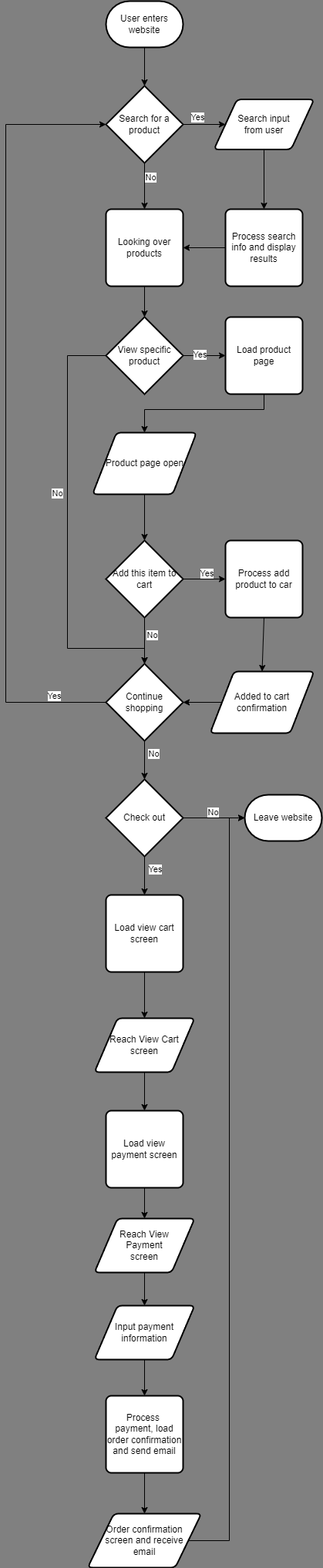
Before: explore/diagramming/diagram.drawio.png, a diagram exported from draw.io (P7chang-CodacyTest/sp24-cse110-lab4-CodacyTest). Source tidied: cells renumbered, new cells last; positions are measured from the earlier drawing's top-left corner, leaving out a move shared by most shapes.
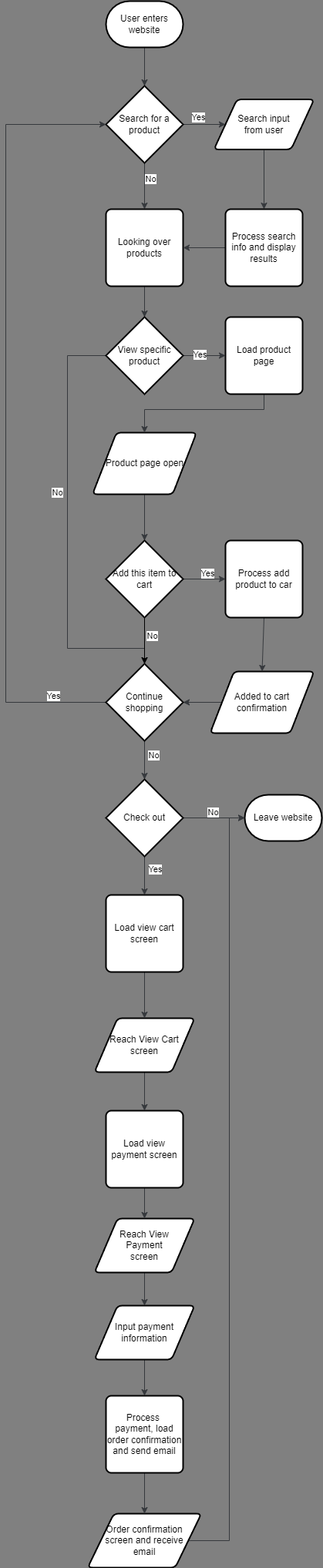
Above is the later version.

Change to the diagram source:
```diff
@@ -2,13 +2,13 @@
   <root>
     <mxCell id="0" />
     <mxCell id="1" parent="0" />
-    <mxCell id="2" style="edgeStyle=none;html=1;exitX=0.5;exitY=1;exitDx=0;exitDy=0;exitPerimeter=0;entryX=0.5;entryY=0;entryDx=0;entryDy=0;entryPerimeter=0;" parent="1" edge="1" source="3" target="8">
+    <mxCell id="2" style="edgeStyle=none;html=1;exitX=0.5;exitY=1;exitDx=0;exitDy=0;exitPerimeter=0;entryX=0.5;entryY=0;entryDx=0;entryDy=0;entryPerimeter=0;fillColor=#eeeeee;strokeColor=#36393d;" parent="1" edge="1" source="3" target="8">
       <mxGeometry relative="1" as="geometry" />
     </mxCell>
     <mxCell id="3" value="User enters website" style="strokeWidth=2;html=1;shape=mxgraph.flowchart.terminator;whiteSpace=wrap;" parent="1" vertex="1">
       <mxGeometry x="130" width="100" height="60" as="geometry" />
     </mxCell>
-    <mxCell id="4" style="edgeStyle=none;html=1;exitX=1;exitY=0.5;exitDx=0;exitDy=0;exitPerimeter=0;entryX=0;entryY=0.5;entryDx=0;entryDy=0;" parent="1" edge="1" source="8" target="10">
+    <mxCell id="4" style="edgeStyle=none;html=1;exitX=1;exitY=0.5;exitDx=0;exitDy=0;exitPerimeter=0;entryX=0;entryY=0.5;entryDx=0;entryDy=0;fillColor=#eeeeee;strokeColor=#36393d;" parent="1" edge="1" source="8" target="10">
       <mxGeometry relative="1" as="geometry" />
     </mxCell>
     <mxCell id="5" value="Yes" style="edgeLabel;html=1;align=center;verticalAlign=middle;" parent="4" vertex="1">
@@ -16,7 +16,7 @@
         <mxPoint x="-18" y="-14" as="offset" />
       </mxGeometry>
     </mxCell>
-    <mxCell id="6" style="edgeStyle=none;html=1;exitX=0.5;exitY=1;exitDx=0;exitDy=0;exitPerimeter=0;entryX=0.5;entryY=0;entryDx=0;entryDy=0;" parent="1" edge="1" source="8" target="12">
+    <mxCell id="6" style="edgeStyle=none;html=1;exitX=0.5;exitY=1;exitDx=0;exitDy=0;exitPerimeter=0;entryX=0.5;entryY=0;entryDx=0;entryDy=0;fillColor=#eeeeee;strokeColor=#36393d;" parent="1" edge="1" source="8" target="12">
       <mxGeometry relative="1" as="geometry" />
     </mxCell>
     <mxCell id="7" value="No" style="edgeLabel;html=1;align=center;verticalAlign=middle;" parent="6" vertex="1">
@@ -27,19 +27,19 @@
     <mxCell id="8" value="Search for a product" style="strokeWidth=2;html=1;shape=mxgraph.flowchart.decision;whiteSpace=wrap;" parent="1" vertex="1">
       <mxGeometry x="130" y="110" width="100" height="100" as="geometry" />
     </mxCell>
-    <mxCell id="9" style="edgeStyle=none;rounded=0;html=1;exitX=0.5;exitY=1;exitDx=0;exitDy=0;entryX=0.5;entryY=0;entryDx=0;entryDy=0;" parent="1" edge="1" source="10" target="47">
+    <mxCell id="9" style="edgeStyle=none;rounded=0;html=1;exitX=0.5;exitY=1;exitDx=0;exitDy=0;entryX=0.5;entryY=0;entryDx=0;entryDy=0;fillColor=#eeeeee;strokeColor=#36393d;" parent="1" edge="1" source="10" target="47">
       <mxGeometry relative="1" as="geometry" />
     </mxCell>
     <mxCell id="10" value="Search input&lt;br&gt;from user" style="shape=parallelogram;html=1;strokeWidth=2;perimeter=parallelogramPerimeter;whiteSpace=wrap;rounded=1;arcSize=12;size=0.23;" parent="1" vertex="1">
       <mxGeometry x="270" y="127.5" width="130" height="65" as="geometry" />
     </mxCell>
-    <mxCell id="11" style="edgeStyle=none;rounded=0;html=1;exitX=0.5;exitY=1;exitDx=0;exitDy=0;entryX=0.5;entryY=0;entryDx=0;entryDy=0;entryPerimeter=0;" parent="1" edge="1" source="12" target="17">
+    <mxCell id="11" style="edgeStyle=none;rounded=0;html=1;exitX=0.5;exitY=1;exitDx=0;exitDy=0;entryX=0.5;entryY=0;entryDx=0;entryDy=0;entryPerimeter=0;fillColor=#eeeeee;strokeColor=#36393d;" parent="1" edge="1" source="12" target="17">
       <mxGeometry relative="1" as="geometry" />
     </mxCell>
     <mxCell id="12" value="Looking over products" style="rounded=1;whiteSpace=wrap;html=1;absoluteArcSize=1;arcSize=14;strokeWidth=2;" parent="1" vertex="1">
       <mxGeometry x="130" y="270" width="100" height="100" as="geometry" />
     </mxCell>
-    <mxCell id="13" style="edgeStyle=none;rounded=0;html=1;entryX=0;entryY=0.5;entryDx=0;entryDy=0;exitX=1;exitY=0.5;exitDx=0;exitDy=0;exitPerimeter=0;" parent="1" edge="1" source="17" target="49">
+    <mxCell id="13" style="edgeStyle=none;rounded=0;html=1;entryX=0;entryY=0.5;entryDx=0;entryDy=0;exitX=1;exitY=0.5;exitDx=0;exitDy=0;exitPerimeter=0;fillColor=#eeeeee;strokeColor=#36393d;" parent="1" edge="1" source="17" target="49">
       <mxGeometry relative="1" as="geometry" />
     </mxCell>
     <mxCell id="14" value="Yes" style="edgeLabel;html=1;align=center;verticalAlign=middle;" parent="13" vertex="1">
@@ -47,7 +47,7 @@
         <mxPoint x="8" as="offset" />
       </mxGeometry>
     </mxCell>
-    <mxCell id="15" style="edgeStyle=none;rounded=0;html=1;exitX=0;exitY=0.5;exitDx=0;exitDy=0;exitPerimeter=0;entryX=0.5;entryY=0;entryDx=0;entryDy=0;entryPerimeter=0;" parent="1" edge="1" source="17" target="31">
+    <mxCell id="15" style="edgeStyle=none;rounded=0;html=1;exitX=0;exitY=0.5;exitDx=0;exitDy=0;exitPerimeter=0;entryX=0.5;entryY=0;entryDx=0;entryDy=0;entryPerimeter=0;fillColor=#eeeeee;strokeColor=#36393d;" parent="1" edge="1" source="17" target="31">
       <mxGeometry relative="1" as="geometry">
         <Array as="points">
           <mxPoint x="80" y="460" />
@@ -64,10 +64,10 @@
     <mxCell id="17" value="View specific product" style="strokeWidth=2;html=1;shape=mxgraph.flowchart.decision;whiteSpace=wrap;" parent="1" vertex="1">
       <mxGeometry x="130" y="410" width="100" height="100" as="geometry" />
     </mxCell>
-    <mxCell id="18" style="edgeStyle=none;rounded=0;html=1;exitX=0.5;exitY=1;exitDx=0;exitDy=0;entryX=0.5;entryY=0;entryDx=0;entryDy=0;entryPerimeter=0;" parent="1" edge="1" source="24" target="23">
+    <mxCell id="18" style="edgeStyle=none;rounded=0;html=1;exitX=0.5;exitY=1;exitDx=0;exitDy=0;entryX=0.5;entryY=0;entryDx=0;entryDy=0;entryPerimeter=0;fillColor=#eeeeee;strokeColor=#36393d;" parent="1" edge="1" source="24" target="23">
       <mxGeometry relative="1" as="geometry" />
     </mxCell>
-    <mxCell id="19" style="edgeStyle=none;rounded=0;html=1;exitX=1;exitY=0.5;exitDx=0;exitDy=0;exitPerimeter=0;entryX=0;entryY=0.5;entryDx=0;entryDy=0;" parent="1" edge="1" source="23" target="51">
+    <mxCell id="19" style="edgeStyle=none;rounded=0;html=1;exitX=1;exitY=0.5;exitDx=0;exitDy=0;exitPerimeter=0;entryX=0;entryY=0.5;entryDx=0;entryDy=0;fillColor=#eeeeee;strokeColor=#36393d;" parent="1" edge="1" source="23" target="51">
       <mxGeometry relative="1" as="geometry" />
     </mxCell>
     <mxCell id="20" value="Yes" style="edgeLabel;html=1;align=center;verticalAlign=middle;" parent="19" vertex="1">
@@ -89,13 +89,13 @@
     <mxCell id="24" value="Product page open" style="shape=parallelogram;html=1;strokeWidth=2;perimeter=parallelogramPerimeter;whiteSpace=wrap;rounded=1;arcSize=12;size=0.23;" parent="1" vertex="1">
       <mxGeometry x="112.5" y="560" width="135" height="80" as="geometry" />
     </mxCell>
-    <mxCell id="25" style="edgeStyle=none;rounded=0;html=1;exitX=0;exitY=0.5;exitDx=0;exitDy=0;entryX=1;entryY=0.5;entryDx=0;entryDy=0;entryPerimeter=0;" parent="1" edge="1" source="26" target="31">
+    <mxCell id="25" style="edgeStyle=none;rounded=0;html=1;exitX=0;exitY=0.5;exitDx=0;exitDy=0;entryX=1;entryY=0.5;entryDx=0;entryDy=0;entryPerimeter=0;fillColor=#eeeeee;strokeColor=#36393d;" parent="1" edge="1" source="26" target="31">
       <mxGeometry relative="1" as="geometry" />
     </mxCell>
     <mxCell id="26" value="Added to cart confirmation" style="shape=parallelogram;html=1;strokeWidth=2;perimeter=parallelogramPerimeter;whiteSpace=wrap;rounded=1;arcSize=12;size=0.23;" parent="1" vertex="1">
       <mxGeometry x="265" y="870" width="135" height="80" as="geometry" />
     </mxCell>
-    <mxCell id="27" style="edgeStyle=none;rounded=0;html=1;exitX=0;exitY=0.5;exitDx=0;exitDy=0;exitPerimeter=0;entryX=0;entryY=0.5;entryDx=0;entryDy=0;entryPerimeter=0;" parent="1" edge="1" source="31" target="8">
+    <mxCell id="27" style="edgeStyle=none;rounded=0;html=1;exitX=0;exitY=0.5;exitDx=0;exitDy=0;exitPerimeter=0;entryX=0;entryY=0.5;entryDx=0;entryDy=0;entryPerimeter=0;fillColor=#eeeeee;strokeColor=#36393d;" parent="1" edge="1" source="31" target="8">
       <mxGeometry relative="1" as="geometry">
         <Array as="points">
           <mxPoint y="910" />
@@ -108,7 +108,7 @@
         <mxPoint x="8" y="-11" as="offset" />
       </mxGeometry>
     </mxCell>
-    <mxCell id="29" style="edgeStyle=none;rounded=0;html=1;exitX=0.5;exitY=1;exitDx=0;exitDy=0;exitPerimeter=0;entryX=0.5;entryY=0;entryDx=0;entryDy=0;entryPerimeter=0;" parent="1" edge="1" source="31" target="36">
+    <mxCell id="29" style="edgeStyle=none;rounded=0;html=1;exitX=0.5;exitY=1;exitDx=0;exitDy=0;exitPerimeter=0;entryX=0.5;entryY=0;entryDx=0;entryDy=0;entryPerimeter=0;fillColor=#eeeeee;strokeColor=#36393d;" parent="1" edge="1" source="31" target="36">
       <mxGeometry relative="1" as="geometry" />
     </mxCell>
     <mxCell id="30" value="No" style="edgeLabel;html=1;align=center;verticalAlign=middle;" parent="29" vertex="1">
@@ -119,7 +119,7 @@
     <mxCell id="31" value="Continue shopping" style="strokeWidth=2;html=1;shape=mxgraph.flowchart.decision;whiteSpace=wrap;" parent="1" vertex="1">
       <mxGeometry x="130" y="860" width="100" height="100" as="geometry" />
     </mxCell>
-    <mxCell id="32" style="edgeStyle=none;rounded=0;html=1;exitX=1;exitY=0.5;exitDx=0;exitDy=0;exitPerimeter=0;entryX=0;entryY=0.5;entryDx=0;entryDy=0;entryPerimeter=0;" parent="1" edge="1" source="36" target="37">
+    <mxCell id="32" style="edgeStyle=none;rounded=0;html=1;exitX=1;exitY=0.5;exitDx=0;exitDy=0;exitPerimeter=0;entryX=0;entryY=0.5;entryDx=0;entryDy=0;entryPerimeter=0;fillColor=#eeeeee;strokeColor=#36393d;" parent="1" edge="1" source="36" target="37">
       <mxGeometry relative="1" as="geometry" />
     </mxCell>
     <mxCell id="33" value="No" style="edgeLabel;html=1;align=center;verticalAlign=middle;" parent="32" vertex="1">
@@ -127,7 +127,7 @@
         <mxPoint x="13" y="-6" as="offset" />
       </mxGeometry>
     </mxCell>
-    <mxCell id="34" style="edgeStyle=none;rounded=0;html=1;exitX=0.5;exitY=1;exitDx=0;exitDy=0;exitPerimeter=0;entryX=0.5;entryY=0;entryDx=0;entryDy=0;" parent="1" edge="1" source="36" target="53">
+    <mxCell id="34" style="edgeStyle=none;rounded=0;html=1;exitX=0.5;exitY=1;exitDx=0;exitDy=0;exitPerimeter=0;entryX=0.5;entryY=0;entryDx=0;entryDy=0;fillColor=#eeeeee;strokeColor=#36393d;" parent="1" edge="1" source="36" target="53">
       <mxGeometry relative="1" as="geometry" />
     </mxCell>
     <mxCell id="35" value="Yes" style="edgeLabel;html=1;align=center;verticalAlign=middle;" parent="34" vertex="1">
@@ -141,25 +141,25 @@
     <mxCell id="37" value="Leave website" style="strokeWidth=2;html=1;shape=mxgraph.flowchart.terminator;whiteSpace=wrap;" parent="1" vertex="1">
       <mxGeometry x="310" y="1030" width="100" height="60" as="geometry" />
     </mxCell>
-    <mxCell id="38" style="edgeStyle=none;rounded=0;html=1;exitX=0.5;exitY=1;exitDx=0;exitDy=0;entryX=0.5;entryY=0;entryDx=0;entryDy=0;" parent="1" edge="1" source="39" target="55">
+    <mxCell id="38" style="edgeStyle=none;rounded=0;html=1;exitX=0.5;exitY=1;exitDx=0;exitDy=0;entryX=0.5;entryY=0;entryDx=0;entryDy=0;fillColor=#eeeeee;strokeColor=#36393d;" parent="1" edge="1" source="39" target="55">
       <mxGeometry relative="1" as="geometry" />
     </mxCell>
     <mxCell id="39" value="Reach View Cart screen" style="shape=parallelogram;html=1;strokeWidth=2;perimeter=parallelogramPerimeter;whiteSpace=wrap;rounded=1;arcSize=12;size=0.23;" parent="1" vertex="1">
       <mxGeometry x="115" y="1320" width="130" height="70" as="geometry" />
     </mxCell>
-    <mxCell id="40" style="edgeStyle=none;rounded=0;html=1;exitX=0.5;exitY=1;exitDx=0;exitDy=0;entryX=0.5;entryY=0;entryDx=0;entryDy=0;" parent="1" edge="1" source="41" target="43">
+    <mxCell id="40" style="edgeStyle=none;rounded=0;html=1;exitX=0.5;exitY=1;exitDx=0;exitDy=0;entryX=0.5;entryY=0;entryDx=0;entryDy=0;fillColor=#eeeeee;strokeColor=#36393d;" parent="1" edge="1" source="41" target="43">
       <mxGeometry relative="1" as="geometry" />
     </mxCell>
     <mxCell id="41" value="Reach View&lt;br&gt;Payment&lt;br&gt;screen" style="shape=parallelogram;html=1;strokeWidth=2;perimeter=parallelogramPerimeter;whiteSpace=wrap;rounded=1;arcSize=12;size=0.23;" parent="1" vertex="1">
       <mxGeometry x="115" y="1580" width="130" height="70" as="geometry" />
     </mxCell>
-    <mxCell id="42" style="edgeStyle=none;rounded=0;html=1;exitX=0.5;exitY=1;exitDx=0;exitDy=0;entryX=0.5;entryY=0;entryDx=0;entryDy=0;" parent="1" edge="1" source="43" target="57">
+    <mxCell id="42" style="edgeStyle=none;rounded=0;html=1;exitX=0.5;exitY=1;exitDx=0;exitDy=0;entryX=0.5;entryY=0;entryDx=0;entryDy=0;fillColor=#eeeeee;strokeColor=#36393d;" parent="1" edge="1" source="43" target="57">
       <mxGeometry relative="1" as="geometry" />
     </mxCell>
     <mxCell id="43" value="Input payment information" style="shape=parallelogram;html=1;strokeWidth=2;perimeter=parallelogramPerimeter;whiteSpace=wrap;rounded=1;arcSize=12;size=0.23;" parent="1" vertex="1">
       <mxGeometry x="115" y="1693" width="130" height="70" as="geometry" />
     </mxCell>
-    <mxCell id="44" style="edgeStyle=none;rounded=0;html=1;exitX=1;exitY=0.5;exitDx=0;exitDy=0;entryX=0;entryY=0.5;entryDx=0;entryDy=0;entryPerimeter=0;" parent="1" edge="1" source="45" target="37">
+    <mxCell id="44" style="edgeStyle=none;rounded=0;html=1;exitX=1;exitY=0.5;exitDx=0;exitDy=0;entryX=0;entryY=0.5;entryDx=0;entryDy=0;entryPerimeter=0;fillColor=#eeeeee;strokeColor=#36393d;" parent="1" edge="1" source="45" target="37">
       <mxGeometry relative="1" as="geometry">
         <Array as="points">
           <mxPoint x="290" y="1998" />
@@ -170,13 +170,13 @@
     <mxCell id="45" value="Order confirmation&lt;br&gt;screen and receive&lt;br&gt;email" style="shape=parallelogram;html=1;strokeWidth=2;perimeter=parallelogramPerimeter;whiteSpace=wrap;rounded=1;arcSize=12;size=0.23;" parent="1" vertex="1">
       <mxGeometry x="106.2" y="1963" width="147.5" height="70" as="geometry" />
     </mxCell>
-    <mxCell id="46" style="edgeStyle=none;rounded=0;html=1;exitX=0;exitY=0.5;exitDx=0;exitDy=0;entryX=1;entryY=0.5;entryDx=0;entryDy=0;" parent="1" edge="1" source="47" target="12">
+    <mxCell id="46" style="edgeStyle=none;rounded=0;html=1;exitX=0;exitY=0.5;exitDx=0;exitDy=0;entryX=1;entryY=0.5;entryDx=0;entryDy=0;fillColor=#eeeeee;strokeColor=#36393d;" parent="1" edge="1" source="47" target="12">
       <mxGeometry relative="1" as="geometry" />
     </mxCell>
     <mxCell id="47" value="Process search info and display results" style="rounded=1;whiteSpace=wrap;html=1;absoluteArcSize=1;arcSize=14;strokeWidth=2;" parent="1" vertex="1">
       <mxGeometry x="285" y="270" width="100" height="100" as="geometry" />
     </mxCell>
-    <mxCell id="48" style="edgeStyle=none;rounded=0;html=1;exitX=0.5;exitY=1;exitDx=0;exitDy=0;entryX=0.5;entryY=0;entryDx=0;entryDy=0;" parent="1" edge="1" source="49" target="24">
+    <mxCell id="48" style="edgeStyle=none;rounded=0;html=1;exitX=0.5;exitY=1;exitDx=0;exitDy=0;entryX=0.5;entryY=0;entryDx=0;entryDy=0;fillColor=#eeeeee;strokeColor=#36393d;" parent="1" edge="1" source="49" target="24">
       <mxGeometry relative="1" as="geometry">
         <Array as="points">
           <mxPoint x="335" y="530" />
@@ -187,25 +187,25 @@
     <mxCell id="49" value="Load product page" style="rounded=1;whiteSpace=wrap;html=1;absoluteArcSize=1;arcSize=14;strokeWidth=2;" parent="1" vertex="1">
       <mxGeometry x="285" y="410" width="100" height="100" as="geometry" />
     </mxCell>
-    <mxCell id="50" style="edgeStyle=none;rounded=0;html=1;exitX=0.5;exitY=1;exitDx=0;exitDy=0;entryX=0.5;entryY=0;entryDx=0;entryDy=0;" parent="1" edge="1" source="51" target="26">
+    <mxCell id="50" style="edgeStyle=none;rounded=0;html=1;exitX=0.5;exitY=1;exitDx=0;exitDy=0;entryX=0.5;entryY=0;entryDx=0;entryDy=0;fillColor=#eeeeee;strokeColor=#36393d;" parent="1" edge="1" source="51" target="26">
       <mxGeometry relative="1" as="geometry" />
     </mxCell>
     <mxCell id="51" value="Process add product to car" style="rounded=1;whiteSpace=wrap;html=1;absoluteArcSize=1;arcSize=14;strokeWidth=2;" parent="1" vertex="1">
       <mxGeometry x="285" y="700" width="100" height="100" as="geometry" />
     </mxCell>
-    <mxCell id="52" style="edgeStyle=none;rounded=0;html=1;exitX=0.5;exitY=1;exitDx=0;exitDy=0;entryX=0.5;entryY=0;entryDx=0;entryDy=0;" parent="1" edge="1" source="53" target="39">
+    <mxCell id="52" style="edgeStyle=none;rounded=0;html=1;exitX=0.5;exitY=1;exitDx=0;exitDy=0;entryX=0.5;entryY=0;entryDx=0;entryDy=0;fillColor=#eeeeee;strokeColor=#36393d;" parent="1" edge="1" source="53" target="39">
       <mxGeometry relative="1" as="geometry" />
     </mxCell>
     <mxCell id="53" value="Load view cart screen" style="rounded=1;whiteSpace=wrap;html=1;absoluteArcSize=1;arcSize=14;strokeWidth=2;" parent="1" vertex="1">
       <mxGeometry x="130" y="1160" width="100" height="100" as="geometry" />
     </mxCell>
-    <mxCell id="54" style="edgeStyle=none;rounded=0;html=1;exitX=0.5;exitY=1;exitDx=0;exitDy=0;entryX=0.5;entryY=0;entryDx=0;entryDy=0;" parent="1" edge="1" source="55" target="41">
+    <mxCell id="54" style="edgeStyle=none;rounded=0;html=1;exitX=0.5;exitY=1;exitDx=0;exitDy=0;entryX=0.5;entryY=0;entryDx=0;entryDy=0;fillColor=#eeeeee;strokeColor=#36393d;" parent="1" edge="1" source="55" target="41">
       <mxGeometry relative="1" as="geometry" />
     </mxCell>
     <mxCell id="55" value="Load view payment screen" style="rounded=1;whiteSpace=wrap;html=1;absoluteArcSize=1;arcSize=14;strokeWidth=2;" parent="1" vertex="1">
       <mxGeometry x="130" y="1440" width="100" height="100" as="geometry" />
     </mxCell>
-    <mxCell id="56" style="edgeStyle=none;rounded=0;html=1;exitX=0.5;exitY=1;exitDx=0;exitDy=0;entryX=0.5;entryY=0;entryDx=0;entryDy=0;" parent="1" edge="1" source="57" target="45">
+    <mxCell id="56" style="edgeStyle=none;rounded=0;html=1;exitX=0.5;exitY=1;exitDx=0;exitDy=0;entryX=0.5;entryY=0;entryDx=0;entryDy=0;fillColor=#eeeeee;strokeColor=#36393d;" parent="1" edge="1" source="57" target="45">
       <mxGeometry relative="1" as="geometry" />
     </mxCell>
     <mxCell id="57" value="Process&amp;nbsp; payment, load order confirmation and send email" style="rounded=1;whiteSpace=wrap;html=1;absoluteArcSize=1;arcSize=14;strokeWidth=2;" parent="1" vertex="1">
```
